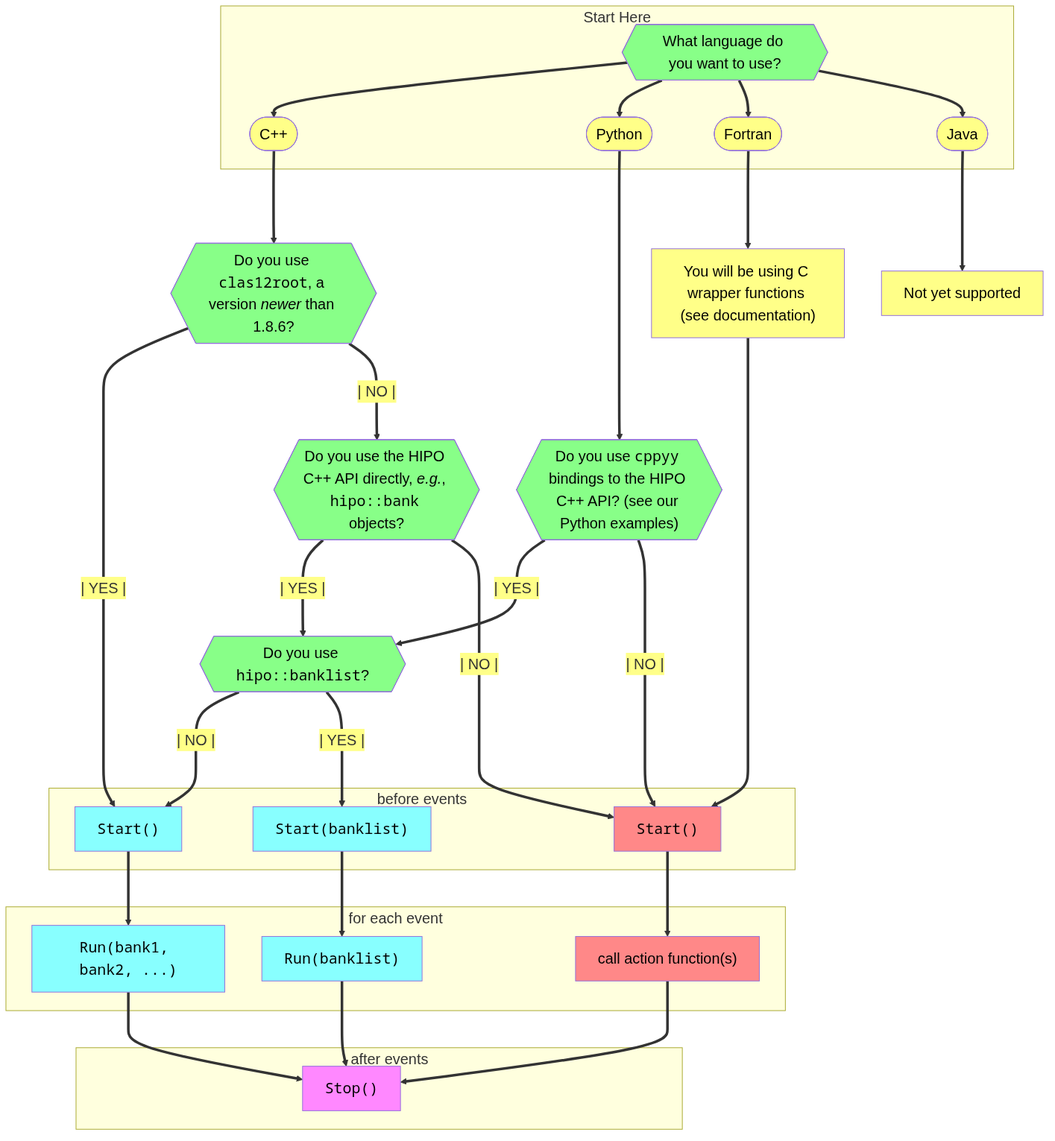
Before: doc/gen/mermaid/flowchart_usage.png, a diagram exported from Mermaid (JeffersonLab/iguana). Its source is kept beside it as doc/gen/mermaid/flowchart_usage.mmd. Its diagram source:
```mermaid
flowchart TB

    %%{init: {
      'themeVariables': {
        'fontSize': '20px',
        'fontFamily': 'arial',
        'edgeLabelBackground': '#ff8'
      }
    }}%%
    classDef dec  fill:#8f8,color:black
    classDef cftn  fill:#8ff,color:black
    classDef sftn  fill:#f8f,color:black
    classDef aftn  fill:#f88,color:black
    classDef lang fill:#ff8,color:black

    subgraph "Start Here"
        language{{"What language do you want to use?"}}:::dec
        cpp([C++]):::lang
        python([Python]):::lang
        fortran([Fortran]):::lang
        java([Java]):::lang
    end

    clas12root{{"Do you use <code>clas12root</code>, a version <i>newer</i> than 1.8.6?"}}:::dec
    hipo_cpp{{"Do you use the HIPO C++ API directly, <i>e.g.</i>, <code>hipo::bank</code> objects?"}}:::dec
    hipo_cppyy{{"Do you use <code>cppyy</code> bindings to the HIPO C++ API? (see our Python examples)"}}:::dec
    hipo_banklist{{"Do you use <code>hipo::banklist</code>?"}}:::dec

    subgraph "before events"
        c_start_no_arg["<code>Start()</code>"]:::cftn
        c_start_banklist["<code>Start(banklist)</code>"]:::cftn
        a_start["<code>Start()</code>"]:::aftn
    end
    subgraph "for each event"
        c_run_banks["<code>Run(bank1, bank2, ...)</code>"]:::cftn
        c_run_banklist["<code>Run(banklist)</code>"]:::cftn
        a_action["call action function(s)"]:::aftn
    end
    subgraph "&nbsp;&nbsp;&nbsp;&nbsp;&nbsp;after events"
        stop["<code>Stop()</code>"]:::sftn
    end
    todo["Not yet supported"]:::lang
    fortran_note["You will be using C wrapper functions (see documentation)"]:::lang

    language ==> cpp ===> clas12root
    language ==> python ===> hipo_cppyy
    language ==> fortran ===> fortran_note ==> a_start
    language ==> java ===> todo

    clas12root == | YES | ===> c_start_no_arg
    clas12root == | NO | ===> hipo_cpp

    hipo_cpp == | YES | ===> hipo_banklist
    hipo_cpp == | NO | ===> a_start

    hipo_cppyy == | YES | ===> hipo_banklist
    hipo_cppyy == | NO | ===> a_start

    hipo_banklist == | NO | ===> c_start_no_arg
    hipo_banklist == | YES | ===> c_start_banklist

    c_start_no_arg ==> c_run_banks ==> stop
    c_start_banklist ==> c_run_banklist ==> stop
    a_start ==> a_action ==> stop
```
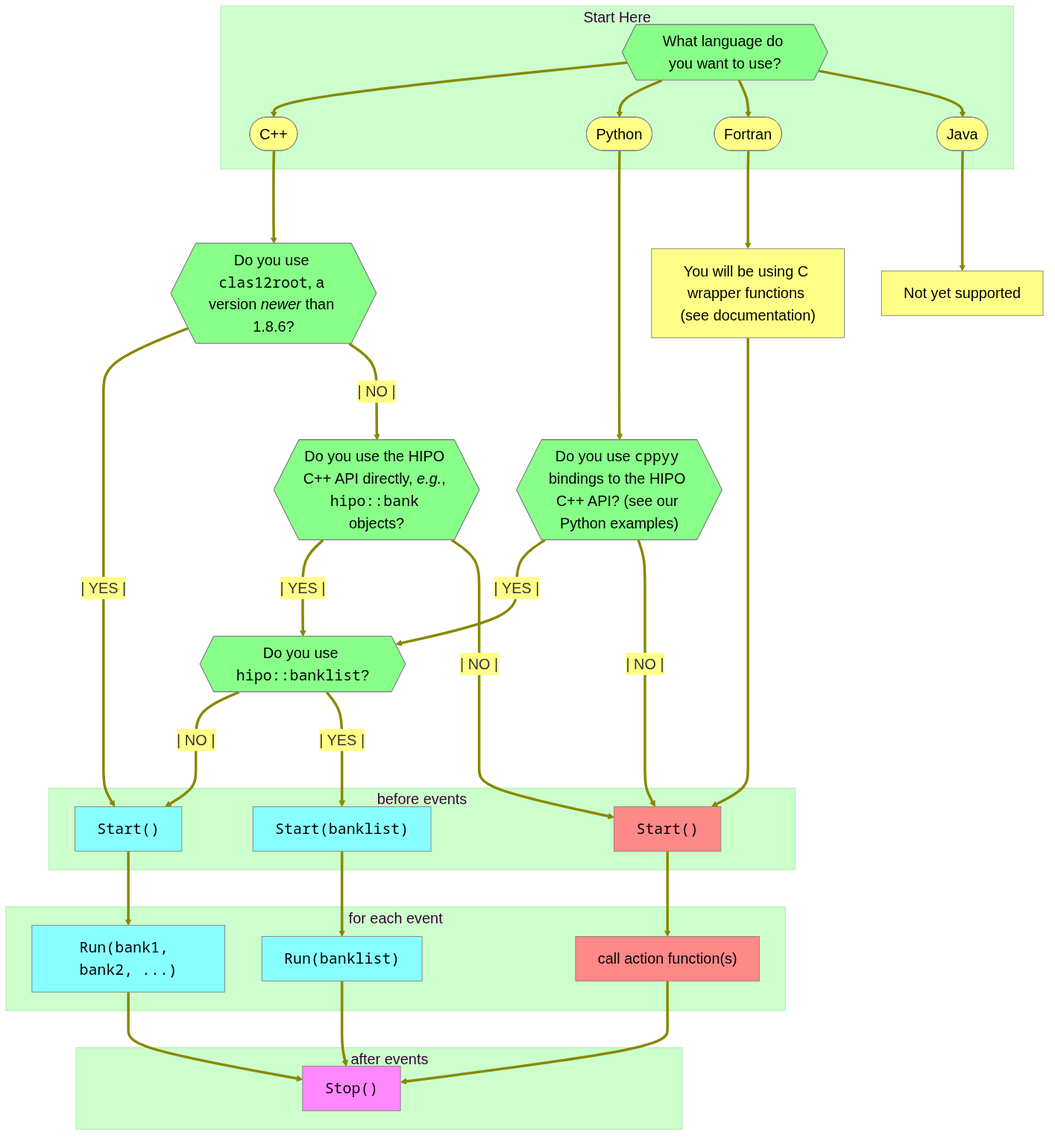
Above is the later version.

Change to the diagram source:
```diff
@@ -1,16 +1,20 @@
+---
+config:
+  theme: "base"
+  themeVariables:
+    fontSize: "20px"
+    fontFamily: "arial"
+    edgeLabelBackground: "#ff8"
+    lineColor: "#880"
+    tertiaryColor: "#cfc"
+    primaryBorderColor: "#888"
+---
 flowchart TB
 
-    %%{init: {
-      'themeVariables': {
-        'fontSize': '20px',
-        'fontFamily': 'arial',
-        'edgeLabelBackground': '#ff8'
-      }
-    }}%%
     classDef dec  fill:#8f8,color:black
-    classDef cftn  fill:#8ff,color:black
-    classDef sftn  fill:#f8f,color:black
-    classDef aftn  fill:#f88,color:black
+    classDef cftn fill:#8ff,color:black
+    classDef sftn fill:#f8f,color:black
+    classDef aftn fill:#f88,color:black
     classDef lang fill:#ff8,color:black
 
     subgraph "Start Here"
```
